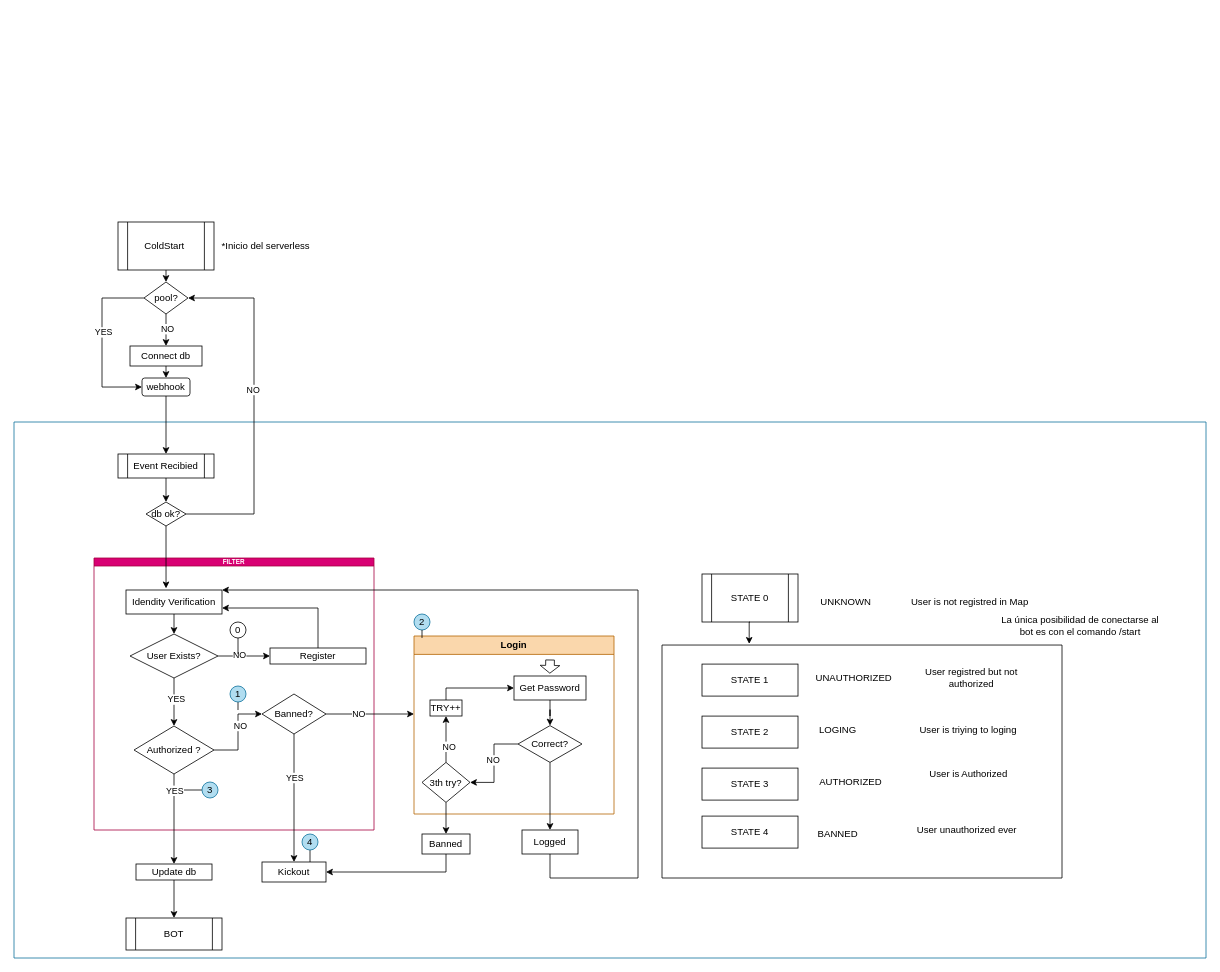
Before: TLGM_BOT_V3/Diagrama-TLGBOTV3.drawio in lewopxd/draw.io-repos, a draw.io diagram. Source tidied: cells renumbered, new cells numbered last; positions are measured from the earlier drawing's top-left corner, leaving out a move shared by most shapes. Both pictures are drawn from the tidied source at 80%, with x=0, y=0 at pixel (14, 222).
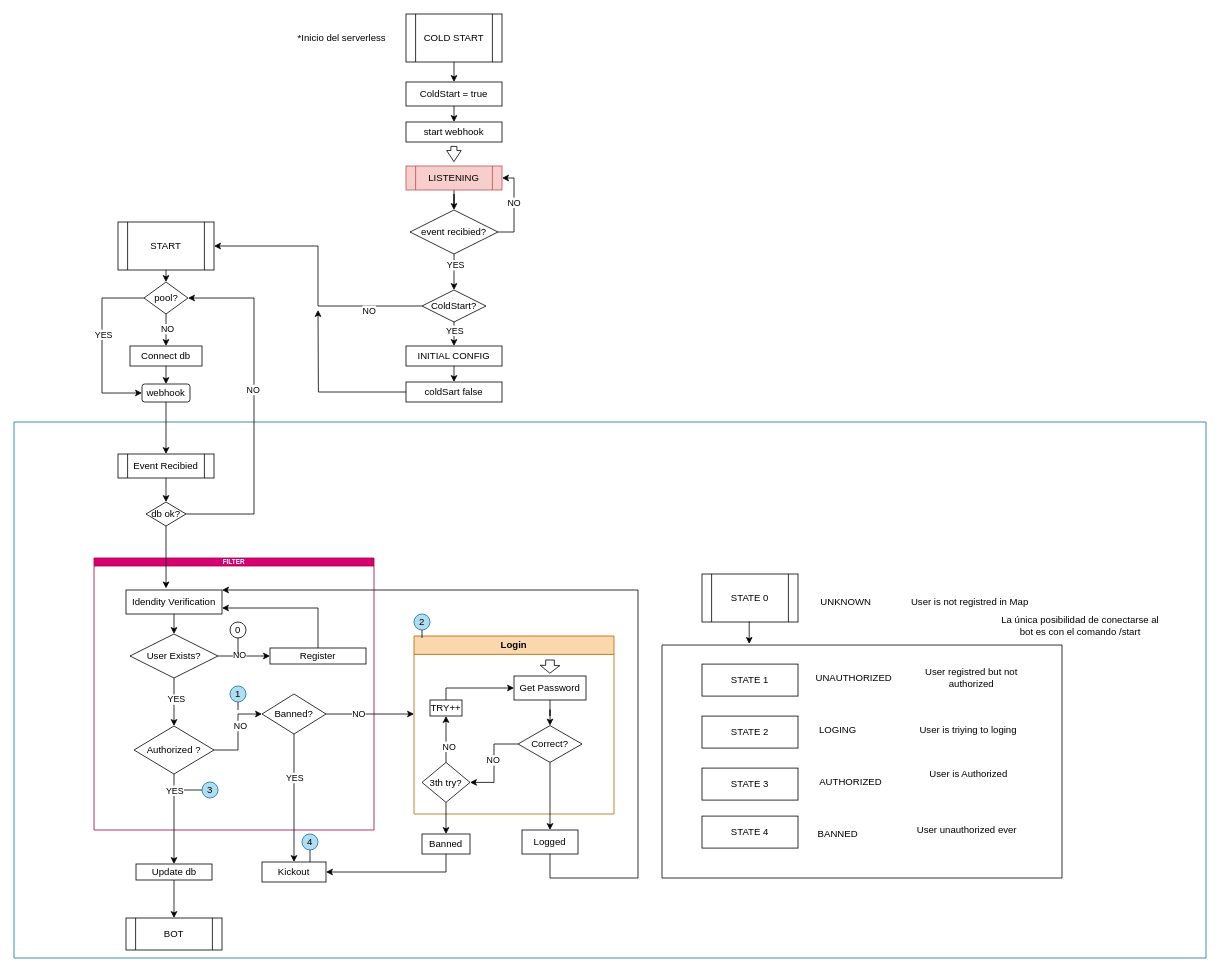
After the change.

Unchanged cells that the change refers to:
```xml
<mxCell id="86" value="pool?" style="rhombus;whiteSpace=wrap;html=1;" parent="1" vertex="1">
  <mxGeometry x="162.5" y="75" width="55" height="40" as="geometry" />
</mxCell>
```

Diff of the diagram source:
```diff
@@
-    <mxCell id="76" value="ColdStart&amp;nbsp;" style="shape=process;whiteSpace=wrap;html=1;backgroundOutline=1;" parent="1" vertex="1">
+    <mxCell id="76" value="START" style="shape=process;whiteSpace=wrap;html=1;backgroundOutline=1;" parent="1" vertex="1">
       <mxGeometry x="130" width="120" height="60" as="geometry" />
     </mxCell>
     <mxCell id="77" value="*Inicio del serverless" style="text;html=1;align=center;verticalAlign=middle;whiteSpace=wrap;rounded=0;" parent="1" vertex="1">
-      <mxGeometry x="255" y="15" width="120" height="30" as="geometry" />
+      <mxGeometry x="350" y="-245" width="120" height="30" as="geometry" />
     </mxCell>
@@
     <mxCell id="84" style="edgeStyle=orthogonalEdgeStyle;rounded=0;jettySize=auto;html=1;exitX=0;exitY=0.5;exitDx=0;exitDy=0;entryX=0;entryY=0.5;entryDx=0;entryDy=0;" parent="1" edge="1" source="86" target="88">
       <mxGeometry relative="1" as="geometry">
         <Array as="points">
           <mxPoint x="110" y="95" />
-          <mxPoint x="110" y="206" />
+          <mxPoint x="110" y="214" />
         </Array>
       </mxGeometry>
     </mxCell>
@@
     <mxCell id="88" value="webhook" style="rounded=1;whiteSpace=wrap;html=1;" parent="1" vertex="1">
-      <mxGeometry x="160" y="195" width="60" height="22.5" as="geometry" />
+      <mxGeometry x="160" y="202.5" width="60" height="22.5" as="geometry" />
     </mxCell>
@@
+    <mxCell id="91" style="edgeStyle=orthogonalEdgeStyle;rounded=0;jettySize=auto;html=1;exitX=0.5;exitY=1;exitDx=0;exitDy=0;entryX=0.5;entryY=0;entryDx=0;entryDy=0;" parent="1" edge="1" source="92" target="93">
+      <mxGeometry relative="1" as="geometry" />
+    </mxCell>
+    <mxCell id="92" value="ColdStart = true" style="rounded=0;whiteSpace=wrap;html=1;" parent="1" vertex="1">
+      <mxGeometry x="490" y="-175" width="120" height="30" as="geometry" />
+    </mxCell>
+    <mxCell id="93" value="start webhook" style="rounded=0;whiteSpace=wrap;html=1;" parent="1" vertex="1">
+      <mxGeometry x="490" y="-125" width="120" height="25" as="geometry" />
+    </mxCell>
+    <mxCell id="94" style="edgeStyle=orthogonalEdgeStyle;rounded=0;jettySize=auto;html=1;exitX=1;exitY=0.5;exitDx=0;exitDy=0;entryX=1;entryY=0.5;entryDx=0;entryDy=0;" parent="1" edge="1" source="98" target="112">
+      <mxGeometry relative="1" as="geometry" />
+    </mxCell>
+    <mxCell id="95" value="NO" style="edgeLabel;html=1;align=center;verticalAlign=middle;" parent="94" vertex="1">
+      <mxGeometry x="0.12" y="1" relative="1" as="geometry" />
+    </mxCell>
+    <mxCell id="96" style="edgeStyle=orthogonalEdgeStyle;rounded=0;jettySize=auto;html=1;exitX=0.5;exitY=1;exitDx=0;exitDy=0;entryX=0.5;entryY=0;entryDx=0;entryDy=0;" parent="1" edge="1" source="98" target="104">
+      <mxGeometry relative="1" as="geometry" />
+    </mxCell>
+    <mxCell id="97" value="YES" style="edgeLabel;html=1;align=center;verticalAlign=middle;" parent="96" vertex="1">
+      <mxGeometry x="-0.44" y="1" relative="1" as="geometry" />
+    </mxCell>
+    <mxCell id="98" value="event recibied?" style="rhombus;whiteSpace=wrap;html=1;" parent="1" vertex="1">
+      <mxGeometry x="495" y="-15" width="110" height="55" as="geometry" />
+    </mxCell>
+    <mxCell id="99" style="edgeStyle=orthogonalEdgeStyle;rounded=0;jettySize=auto;html=1;exitX=0.5;exitY=1;exitDx=0;exitDy=0;" parent="1" edge="1" source="112" target="98">
+      <mxGeometry relative="1" as="geometry" />
+    </mxCell>
+    <mxCell id="100" style="edgeStyle=orthogonalEdgeStyle;rounded=0;jettySize=auto;html=1;exitX=0.5;exitY=1;exitDx=0;exitDy=0;entryX=0.5;entryY=0;entryDx=0;entryDy=0;" parent="1" edge="1" source="104" target="106">
+      <mxGeometry relative="1" as="geometry" />
+    </mxCell>
+    <mxCell id="101" value="YES" style="edgeLabel;html=1;align=center;verticalAlign=middle;" parent="100" vertex="1">
+      <mxGeometry x="-0.33" relative="1" as="geometry" />
+    </mxCell>
+    <mxCell id="102" style="edgeStyle=orthogonalEdgeStyle;rounded=0;jettySize=auto;html=1;exitX=0;exitY=0.5;exitDx=0;exitDy=0;entryX=1;entryY=0.5;entryDx=0;entryDy=0;" parent="1" edge="1" source="104" target="76">
+      <mxGeometry relative="1" as="geometry" />
+    </mxCell>
+    <mxCell id="103" value="NO" style="edgeLabel;html=1;align=center;verticalAlign=middle;" parent="102" vertex="1">
+      <mxGeometry x="-0.6" y="5" relative="1" as="geometry" />
+    </mxCell>
+    <mxCell id="104" value="ColdStart?" style="rhombus;whiteSpace=wrap;html=1;" parent="1" vertex="1">
+      <mxGeometry x="510" y="85" width="80" height="40" as="geometry" />
+    </mxCell>
+    <mxCell id="105" style="edgeStyle=orthogonalEdgeStyle;rounded=0;jettySize=auto;html=1;exitX=0.5;exitY=1;exitDx=0;exitDy=0;entryX=0.5;entryY=0;entryDx=0;entryDy=0;" parent="1" edge="1" source="106" target="108">
+      <mxGeometry relative="1" as="geometry" />
+    </mxCell>
+    <mxCell id="106" value="INITIAL CONFIG" style="rounded=0;whiteSpace=wrap;html=1;" parent="1" vertex="1">
+      <mxGeometry x="490" y="155" width="120" height="25" as="geometry" />
+    </mxCell>
+    <mxCell id="107" style="edgeStyle=orthogonalEdgeStyle;rounded=0;jettySize=auto;html=1;exitX=0;exitY=0.5;exitDx=0;exitDy=0;" parent="1" edge="1" source="108">
+      <mxGeometry relative="1" as="geometry">
+        <mxPoint x="380" y="110" as="targetPoint" />
+      </mxGeometry>
+    </mxCell>
+    <mxCell id="108" value="coldSart false" style="rounded=0;whiteSpace=wrap;html=1;" parent="1" vertex="1">
+      <mxGeometry x="490" y="200" width="120" height="25" as="geometry" />
+    </mxCell>
+    <mxCell id="109" style="edgeStyle=orthogonalEdgeStyle;rounded=0;jettySize=auto;html=1;exitX=0.5;exitY=1;exitDx=0;exitDy=0;entryX=0.5;entryY=0;entryDx=0;entryDy=0;" parent="1" edge="1" source="110" target="92">
+      <mxGeometry relative="1" as="geometry" />
+    </mxCell>
+    <mxCell id="110" value="COLD START" style="shape=process;whiteSpace=wrap;html=1;backgroundOutline=1;" parent="1" vertex="1">
+      <mxGeometry x="490" y="-260" width="120" height="60" as="geometry" />
+    </mxCell>
+    <mxCell id="111" style="shape=flexArrow;endArrow=classic;html=1;rounded=0;endWidth=9.722222222222221;endSize=4.275;width=7.5;" parent="1" edge="1">
+      <mxGeometry relative="1" as="geometry">
+        <mxPoint x="549.9" y="-95" as="sourcePoint" />
+        <mxPoint x="549.9" y="-75" as="targetPoint" />
+      </mxGeometry>
+    </mxCell>
+    <mxCell id="112" value="LISTENING" style="shape=process;whiteSpace=wrap;html=1;backgroundOutline=1;fillColor=#f8cecc;strokeColor=#b85450;" parent="1" vertex="1">
+      <mxGeometry x="490" y="-70" width="120" height="30" as="geometry" />
+    </mxCell>
```
